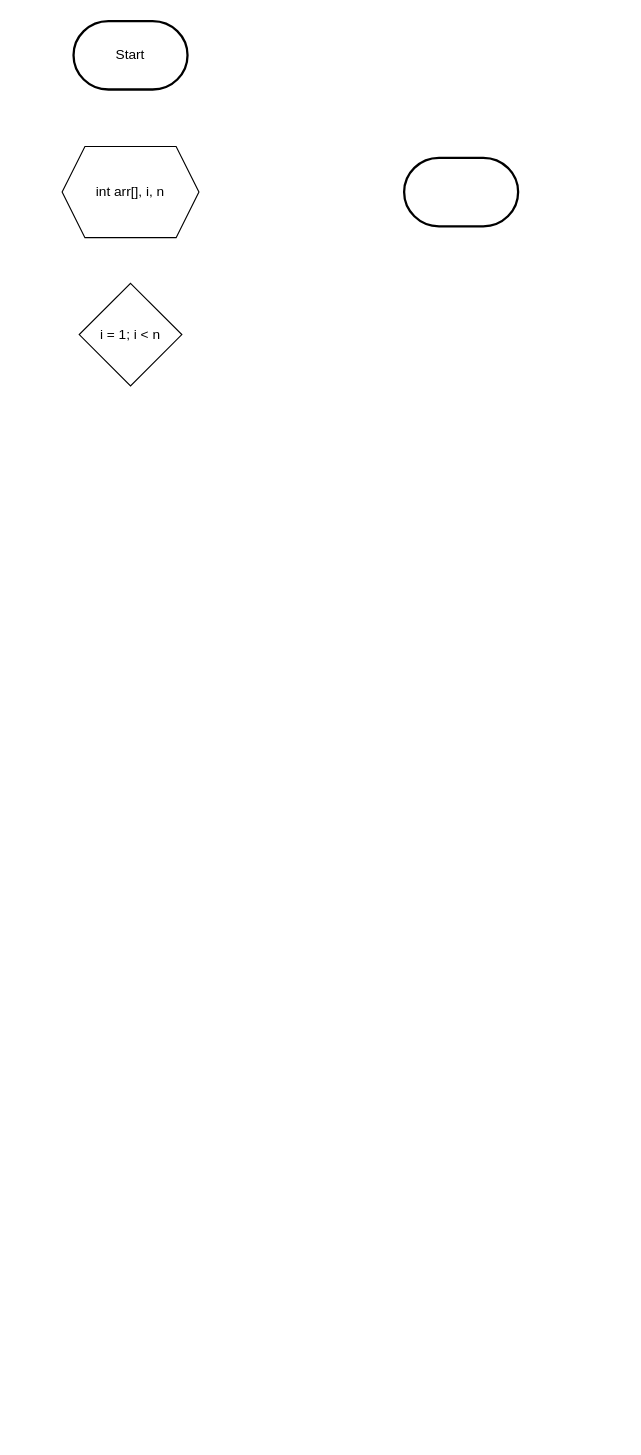
Above: Penda Modul 3.drawio in elikawicaksana/BuildIT_BasisData (draw.io), before the change. Source tidied: cells renumbered, new cells numbered last; positions are measured from the earlier drawing's top-left corner, leaving out a move shared by most shapes. Both pictures are drawn from the tidied source at 114%, with x=0, y=0 at pixel (62, 21).
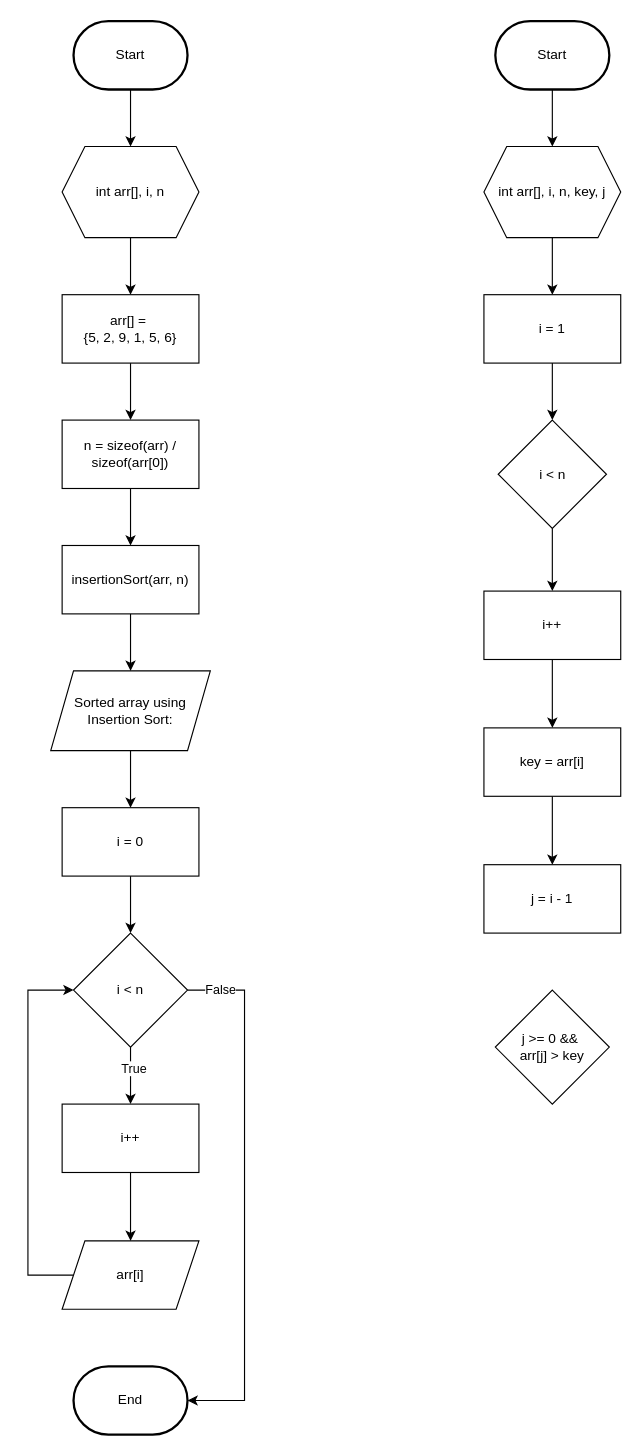
Above is the later version.

Unchanged cells that the change refers to:
```xml
<mxCell id="2" value="Start" style="strokeWidth=2;html=1;shape=mxgraph.flowchart.terminator;whiteSpace=wrap;" parent="1" vertex="1">
  <mxGeometry x="10" width="100" height="60" as="geometry" />
</mxCell>
<mxCell id="4" value="&lt;font style=&quot;font-size: 12px;&quot;&gt;int arr[], i, n&lt;/font&gt;" style="shape=hexagon;perimeter=hexagonPerimeter2;whiteSpace=wrap;html=1;fixedSize=1;" parent="1" vertex="1">
  <mxGeometry y="110" width="120" height="80" as="geometry" />
</mxCell>
```

The edit, as a diff of the source:
```diff
@@
+    <mxCell id="6" style="edgeStyle=orthogonalEdgeStyle;rounded=0;jettySize=auto;html=1;entryX=0.5;entryY=0;entryDx=0;entryDy=0;" parent="1" edge="1" source="2" target="4">
+      <mxGeometry relative="1" as="geometry" />
+    </mxCell>
@@
+    <mxCell id="7" style="edgeStyle=orthogonalEdgeStyle;rounded=0;jettySize=auto;html=1;entryX=0.5;entryY=0;entryDx=0;entryDy=0;" parent="1" edge="1" source="3" target="17">
+      <mxGeometry relative="1" as="geometry" />
+    </mxCell>
-    <mxCell id="3" style="strokeWidth=2;html=1;shape=mxgraph.flowchart.terminator;whiteSpace=wrap;" parent="1" vertex="1">
-      <mxGeometry x="300" y="120" width="100" height="60" as="geometry" />
+    <mxCell id="3" value="Start" style="strokeWidth=2;html=1;shape=mxgraph.flowchart.terminator;whiteSpace=wrap;" parent="1" vertex="1">
+      <mxGeometry x="380" width="100" height="60" as="geometry" />
     </mxCell>
+    <mxCell id="8" style="edgeStyle=orthogonalEdgeStyle;rounded=0;jettySize=auto;html=1;entryX=0.5;entryY=0;entryDx=0;entryDy=0;" parent="1" edge="1" source="4" target="11">
+      <mxGeometry relative="1" as="geometry" />
+    </mxCell>
@@
+    <mxCell id="9" style="edgeStyle=orthogonalEdgeStyle;rounded=0;jettySize=auto;html=1;entryX=0.5;entryY=0;entryDx=0;entryDy=0;" parent="1" edge="1" source="5" target="35">
+      <mxGeometry relative="1" as="geometry" />
+    </mxCell>
-    <mxCell id="5" value="i = 1; i &amp;lt; n" style="rhombus;whiteSpace=wrap;html=1;" parent="1" vertex="1">
-      <mxGeometry x="15" y="230" width="90" height="90" as="geometry" />
+    <mxCell id="5" value="i &amp;lt; n" style="rhombus;whiteSpace=wrap;html=1;" parent="1" vertex="1">
+      <mxGeometry x="382.5" y="350" width="95" height="95" as="geometry" />
     </mxCell>
+    <mxCell id="10" style="edgeStyle=orthogonalEdgeStyle;rounded=0;jettySize=auto;html=1;entryX=0.5;entryY=0;entryDx=0;entryDy=0;" parent="1" edge="1" source="11" target="13">
+      <mxGeometry relative="1" as="geometry" />
+    </mxCell>
+    <mxCell id="11" value="arr[] =&amp;nbsp;&lt;div&gt;{5, 2, 9, 1, 5, 6}&lt;/div&gt;" style="rounded=0;whiteSpace=wrap;html=1;" parent="1" vertex="1">
+      <mxGeometry y="240" width="120" height="60" as="geometry" />
+    </mxCell>
+    <mxCell id="12" style="edgeStyle=orthogonalEdgeStyle;rounded=0;jettySize=auto;html=1;entryX=0.5;entryY=0;entryDx=0;entryDy=0;" parent="1" edge="1" source="13" target="19">
+      <mxGeometry relative="1" as="geometry" />
+    </mxCell>
+    <mxCell id="13" value="n = sizeof(arr) / sizeof(arr[0])" style="rounded=0;whiteSpace=wrap;html=1;" parent="1" vertex="1">
+      <mxGeometry y="350" width="120" height="60" as="geometry" />
+    </mxCell>
+    <mxCell id="14" style="edgeStyle=orthogonalEdgeStyle;rounded=0;jettySize=auto;html=1;entryX=0.5;entryY=0;entryDx=0;entryDy=0;" parent="1" edge="1" source="15" target="24">
+      <mxGeometry relative="1" as="geometry" />
+    </mxCell>
+    <mxCell id="15" value="i = 0" style="rounded=0;whiteSpace=wrap;html=1;" parent="1" vertex="1">
+      <mxGeometry y="690" width="120" height="60" as="geometry" />
+    </mxCell>
+    <mxCell id="16" style="edgeStyle=orthogonalEdgeStyle;rounded=0;jettySize=auto;html=1;entryX=0.5;entryY=0;entryDx=0;entryDy=0;" parent="1" edge="1" source="17" target="33">
+      <mxGeometry relative="1" as="geometry" />
+    </mxCell>
+    <mxCell id="17" value="int arr[], i, n, key, j" style="shape=hexagon;perimeter=hexagonPerimeter2;whiteSpace=wrap;html=1;fixedSize=1;" parent="1" vertex="1">
+      <mxGeometry x="370" y="110" width="120" height="80" as="geometry" />
+    </mxCell>
+    <mxCell id="18" style="edgeStyle=orthogonalEdgeStyle;rounded=0;jettySize=auto;html=1;entryX=0.5;entryY=0;entryDx=0;entryDy=0;" parent="1" edge="1" source="19" target="21">
+      <mxGeometry relative="1" as="geometry" />
+    </mxCell>
+    <mxCell id="19" value="insertionSort(arr, n)" style="rounded=0;whiteSpace=wrap;html=1;" parent="1" vertex="1">
+      <mxGeometry y="460" width="120" height="60" as="geometry" />
+    </mxCell>
+    <mxCell id="20" style="edgeStyle=orthogonalEdgeStyle;rounded=0;jettySize=auto;html=1;entryX=0.5;entryY=0;entryDx=0;entryDy=0;" parent="1" edge="1" source="21" target="15">
+      <mxGeometry relative="1" as="geometry" />
+    </mxCell>
+    <mxCell id="21" value="Sorted array using Insertion Sort:" style="shape=parallelogram;perimeter=parallelogramPerimeter;whiteSpace=wrap;html=1;fixedSize=1;" parent="1" vertex="1">
+      <mxGeometry x="-10" y="570" width="140" height="70" as="geometry" />
+    </mxCell>
+    <mxCell id="22" style="edgeStyle=orthogonalEdgeStyle;rounded=0;jettySize=auto;html=1;entryX=0.5;entryY=0;entryDx=0;entryDy=0;" parent="1" edge="1" source="24" target="26">
+      <mxGeometry relative="1" as="geometry" />
+    </mxCell>
+    <mxCell id="23" value="True" style="edgeLabel;html=1;align=center;verticalAlign=middle;" parent="22" vertex="1">
+      <mxGeometry x="-0.29" y="2" relative="1" as="geometry" />
+    </mxCell>
+    <mxCell id="24" value="i &amp;lt; n" style="rhombus;whiteSpace=wrap;html=1;" parent="1" vertex="1">
+      <mxGeometry x="10" y="800" width="100" height="100" as="geometry" />
+    </mxCell>
+    <mxCell id="25" style="edgeStyle=orthogonalEdgeStyle;rounded=0;jettySize=auto;html=1;entryX=0.5;entryY=0;entryDx=0;entryDy=0;" parent="1" edge="1" source="26" target="28">
+      <mxGeometry relative="1" as="geometry" />
+    </mxCell>
+    <mxCell id="26" value="i++" style="rounded=0;whiteSpace=wrap;html=1;" parent="1" vertex="1">
+      <mxGeometry y="950" width="120" height="60" as="geometry" />
+    </mxCell>
+    <mxCell id="27" style="edgeStyle=orthogonalEdgeStyle;rounded=0;jettySize=auto;html=1;entryX=0;entryY=0.5;entryDx=0;entryDy=0;" parent="1" edge="1" source="28" target="24">
+      <mxGeometry relative="1" as="geometry">
+        <Array as="points">
+          <mxPoint x="-30" y="1100" />
+          <mxPoint x="-30" y="850" />
+        </Array>
+      </mxGeometry>
+    </mxCell>
+    <mxCell id="28" value="arr[i]" style="shape=parallelogram;perimeter=parallelogramPerimeter;whiteSpace=wrap;html=1;fixedSize=1;" parent="1" vertex="1">
+      <mxGeometry y="1070" width="120" height="60" as="geometry" />
+    </mxCell>
+    <mxCell id="29" value="End" style="strokeWidth=2;html=1;shape=mxgraph.flowchart.terminator;whiteSpace=wrap;" parent="1" vertex="1">
+      <mxGeometry x="10" y="1180" width="100" height="60" as="geometry" />
+    </mxCell>
+    <mxCell id="30" style="edgeStyle=orthogonalEdgeStyle;rounded=0;jettySize=auto;html=1;entryX=1;entryY=0.5;entryDx=0;entryDy=0;entryPerimeter=0;" parent="1" edge="1" source="24" target="29">
+      <mxGeometry relative="1" as="geometry">
+        <Array as="points">
+          <mxPoint x="160" y="850" />
+          <mxPoint x="160" y="1210" />
+        </Array>
+      </mxGeometry>
+    </mxCell>
+    <mxCell id="31" value="False" style="edgeLabel;html=1;align=center;verticalAlign=middle;" parent="30" vertex="1">
+      <mxGeometry x="-0.88" y="1" relative="1" as="geometry" />
+    </mxCell>
+    <mxCell id="32" style="edgeStyle=orthogonalEdgeStyle;rounded=0;jettySize=auto;html=1;entryX=0.5;entryY=0;entryDx=0;entryDy=0;" parent="1" edge="1" source="33" target="5">
+      <mxGeometry relative="1" as="geometry" />
+    </mxCell>
+    <mxCell id="33" value="i = 1" style="rounded=0;whiteSpace=wrap;html=1;" parent="1" vertex="1">
+      <mxGeometry x="370" y="240" width="120" height="60" as="geometry" />
+    </mxCell>
+    <mxCell id="34" style="edgeStyle=orthogonalEdgeStyle;rounded=0;jettySize=auto;html=1;entryX=0.5;entryY=0;entryDx=0;entryDy=0;" parent="1" edge="1" source="35" target="37">
+      <mxGeometry relative="1" as="geometry" />
+    </mxCell>
+    <mxCell id="35" value="i++" style="rounded=0;whiteSpace=wrap;html=1;" parent="1" vertex="1">
+      <mxGeometry x="370" y="500" width="120" height="60" as="geometry" />
+    </mxCell>
+    <mxCell id="36" style="edgeStyle=orthogonalEdgeStyle;rounded=0;jettySize=auto;html=1;entryX=0.5;entryY=0;entryDx=0;entryDy=0;" parent="1" edge="1" source="37" target="38">
+      <mxGeometry relative="1" as="geometry" />
+    </mxCell>
+    <mxCell id="37" value="key = arr[i]" style="rounded=0;whiteSpace=wrap;html=1;" parent="1" vertex="1">
+      <mxGeometry x="370" y="620" width="120" height="60" as="geometry" />
+    </mxCell>
+    <mxCell id="38" value="j = i - 1" style="rounded=0;whiteSpace=wrap;html=1;" parent="1" vertex="1">
+      <mxGeometry x="370" y="740" width="120" height="60" as="geometry" />
+    </mxCell>
+    <mxCell id="39" value="j &amp;gt;= 0 &amp;amp;&amp;amp;&amp;nbsp;&lt;div&gt;arr[j] &amp;gt; key&lt;/div&gt;" style="rhombus;whiteSpace=wrap;html=1;" parent="1" vertex="1">
+      <mxGeometry x="380" y="850" width="100" height="100" as="geometry" />
+    </mxCell>
```
